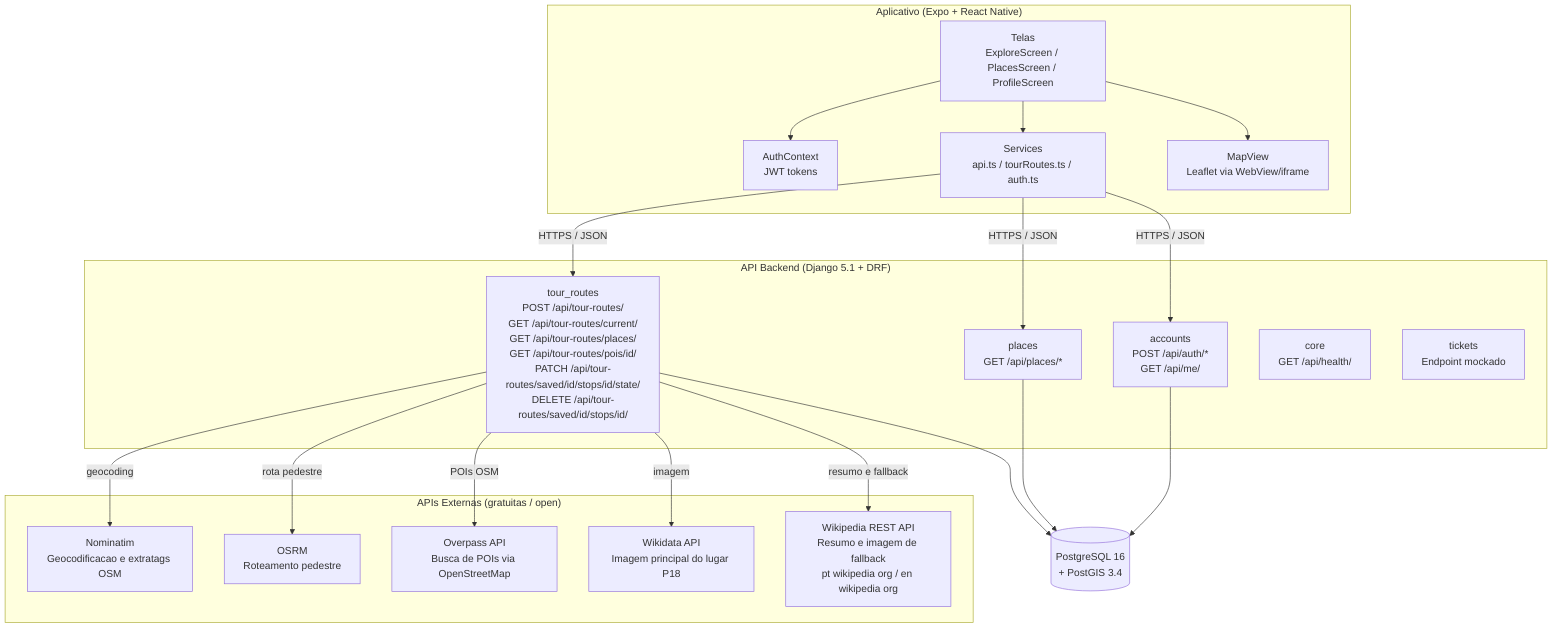
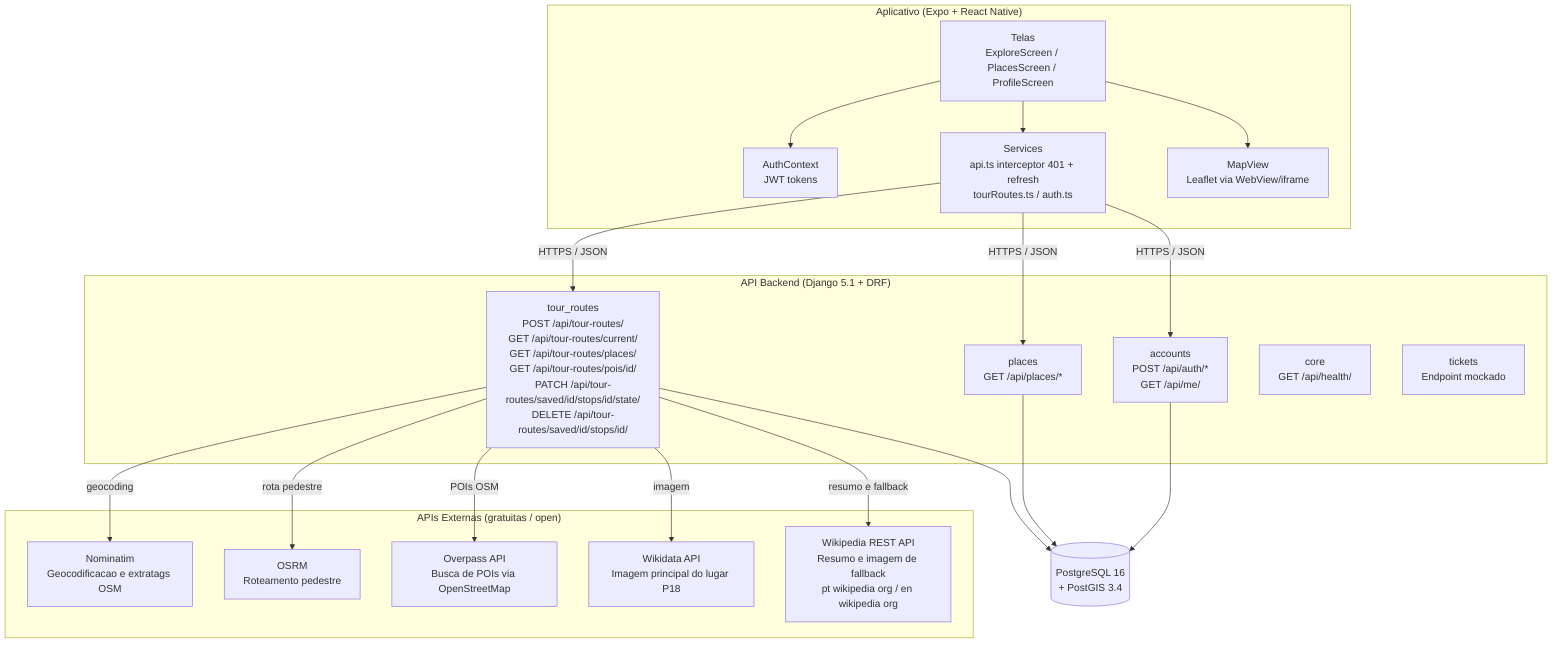
flowchart TB
    subgraph Frontend["Aplicativo (Expo + React Native)"]
        Screens[Telas\nExploreScreen / PlacesScreen / ProfileScreen]
        Auth[AuthContext\nJWT tokens]
-         Services[Services\napi.ts / tourRoutes.ts / auth.ts]
+         Services[Services\napi.ts interceptor 401 + refresh\ntourRoutes.ts / auth.ts]
        Map[MapView\nLeaflet via WebView/iframe]
        Screens --> Auth
        Screens --> Services
        Screens --> Map
    end

    subgraph Backend["API Backend (Django 5.1 + DRF)"]
        AuthAPI[accounts\nPOST /api/auth/*\nGET /api/me/]
        PlacesAPI[places\nGET /api/places/*]
        TourRoutesAPI[tour_routes\nPOST /api/tour-routes/\nGET /api/tour-routes/current/\nGET /api/tour-routes/places/\nGET /api/tour-routes/pois/id/\nPATCH /api/tour-routes/saved/id/stops/id/state/\nDELETE /api/tour-routes/saved/id/stops/id/]
        CoreAPI[core\nGET /api/health/]
        TicketsAPI[tickets\nEndpoint mockado]
    end

    DB[(PostgreSQL 16\n+ PostGIS 3.4)]

    subgraph Externos["APIs Externas (gratuitas / open)"]
        Nominatim["Nominatim\nGeocodificacao e extratags OSM"]
        OSRM["OSRM\nRoteamento pedestre"]
        Overpass["Overpass API\nBusca de POIs via OpenStreetMap"]
        Wikidata["Wikidata API\nImagem principal do lugar P18"]
        Wikipedia["Wikipedia REST API\nResumo e imagem de fallback\npt wikipedia org / en wikipedia org"]
    end

    Services -->|HTTPS / JSON| AuthAPI
    Services -->|HTTPS / JSON| TourRoutesAPI
    Services -->|HTTPS / JSON| PlacesAPI

    AuthAPI --> DB
    PlacesAPI --> DB
    TourRoutesAPI --> DB
    TourRoutesAPI -->|geocoding| Nominatim
    TourRoutesAPI -->|rota pedestre| OSRM
    TourRoutesAPI -->|POIs OSM| Overpass
    TourRoutesAPI -->|imagem| Wikidata
    TourRoutesAPI -->|resumo e fallback| Wikipedia
